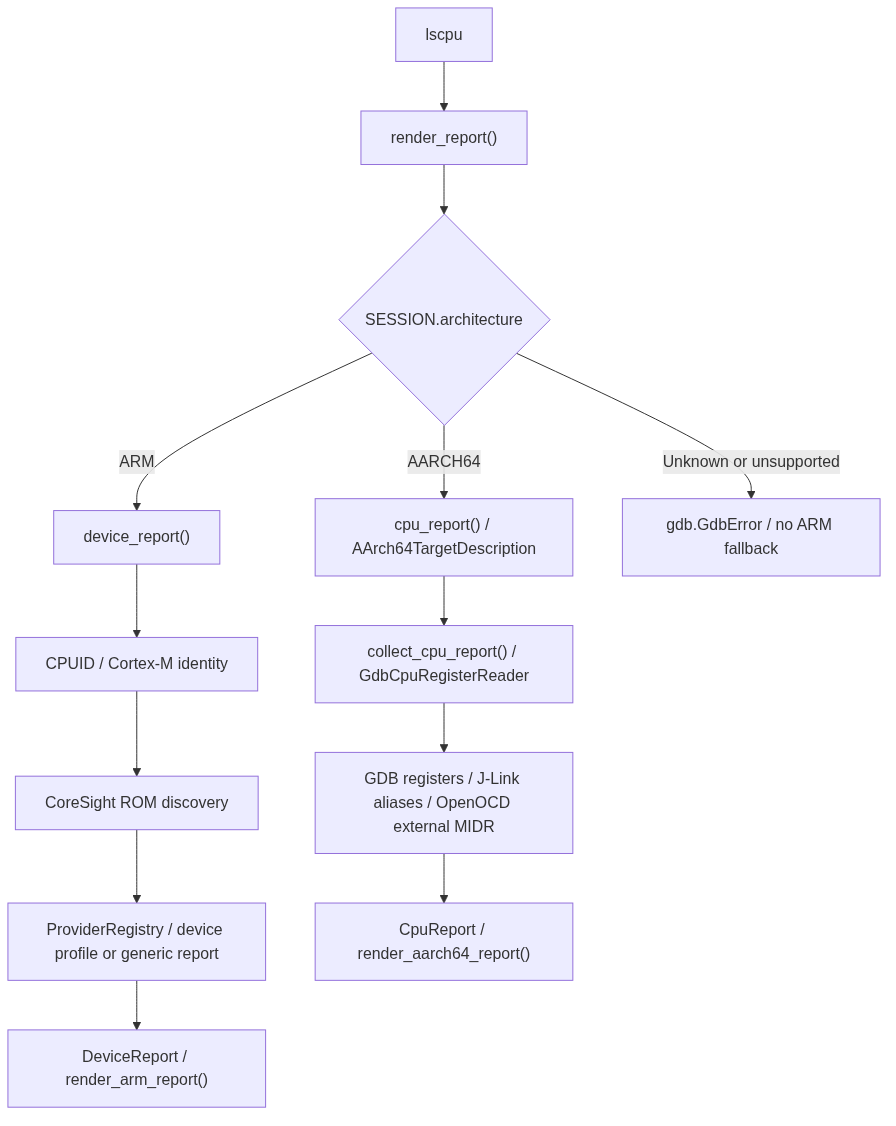
This is doc/diagrams/lscpu.png from h2lab/pyGdbToolkit, a Mermaid export, as it was before one commit. Its source is kept beside it as doc/diagrams/lscpu.mmd. Source of this version:
```mermaid
flowchart TD
    Command["lscpu"] --> Render["render_report()"]
    Render --> Architecture{"SESSION.architecture"}
    Architecture -->|ARM| Device["device_report()"]
    Device --> CPUID["CPUID / Cortex-M identity"]
    CPUID --> ROM["CoreSight ROM discovery"]
    ROM --> Provider["ProviderRegistry / device profile or generic report"]
    Provider --> ArmReport["DeviceReport / render_arm_report()"]
    Architecture -->|AARCH64| CPU["cpu_report() / AArch64TargetDescription"]
    CPU --> Collect["collect_cpu_report() / GdbCpuRegisterReader"]
    Collect --> Registers["GDB registers / J-Link aliases / OpenOCD external MIDR"]
    Registers --> CPUReport["CpuReport / render_aarch64_report()"]
    Architecture -->|Unknown or unsupported| Error["gdb.GdbError / no ARM fallback"]
```
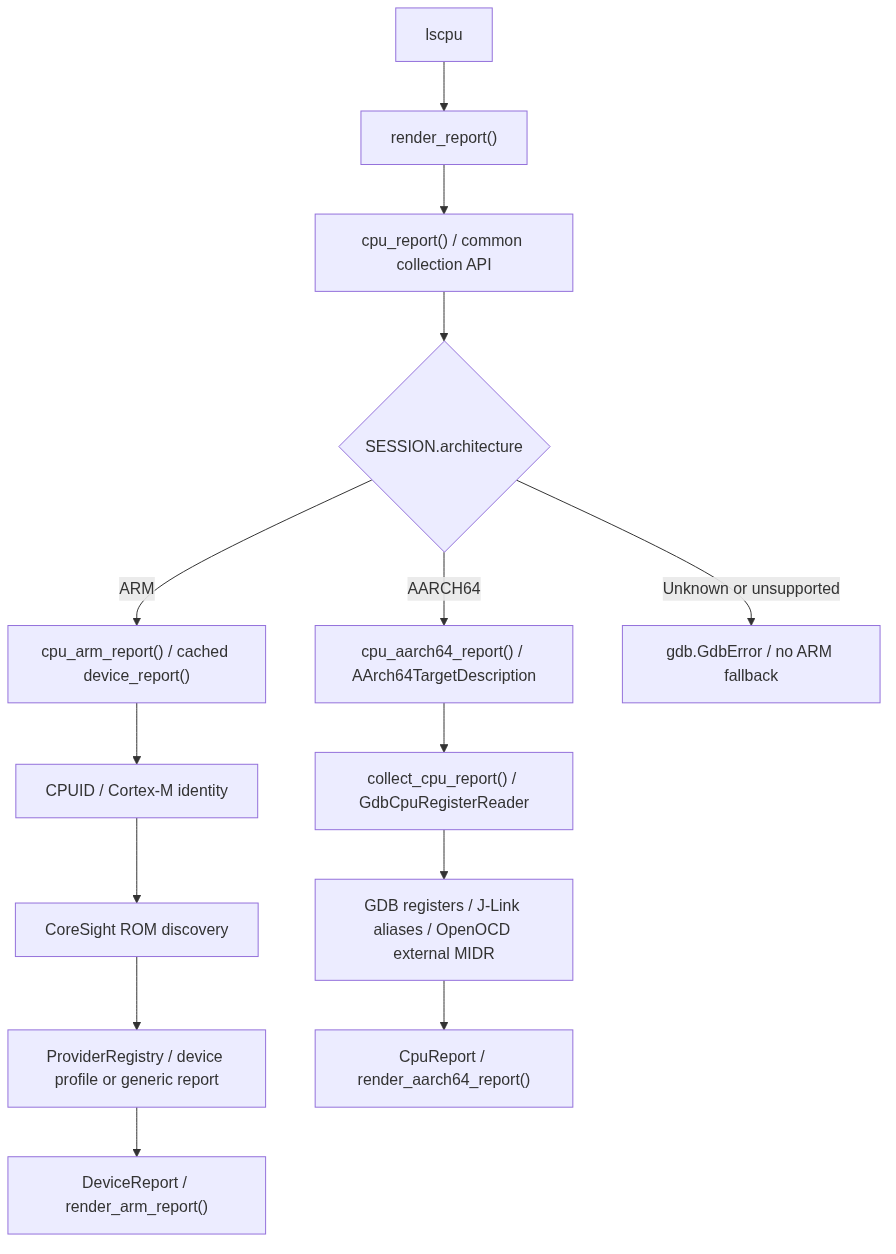
Later version of the same file.

Commit message:
cmd,lscpu: mrproper reporting between aarch64 and arm

The edit, as a diff of the source:
```diff
@@ -1,12 +1,13 @@
 flowchart TD
     Command["lscpu"] --> Render["render_report()"]
-    Render --> Architecture{"SESSION.architecture"}
-    Architecture -->|ARM| Device["device_report()"]
+    Render --> Report["cpu_report() / common collection API"]
+    Report --> Architecture{"SESSION.architecture"}
+    Architecture -->|ARM| Device["cpu_arm_report() / cached device_report()"]
     Device --> CPUID["CPUID / Cortex-M identity"]
     CPUID --> ROM["CoreSight ROM discovery"]
     ROM --> Provider["ProviderRegistry / device profile or generic report"]
     Provider --> ArmReport["DeviceReport / render_arm_report()"]
-    Architecture -->|AARCH64| CPU["cpu_report() / AArch64TargetDescription"]
+    Architecture -->|AARCH64| CPU["cpu_aarch64_report() / AArch64TargetDescription"]
     CPU --> Collect["collect_cpu_report() / GdbCpuRegisterReader"]
     Collect --> Registers["GDB registers / J-Link aliases / OpenOCD external MIDR"]
     Registers --> CPUReport["CpuReport / render_aarch64_report()"]
```
